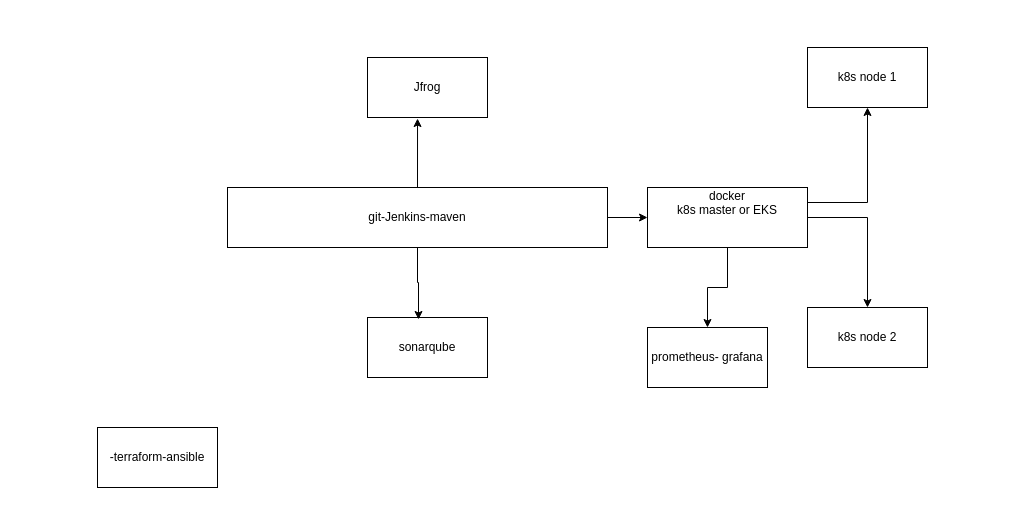
aayushsumangit/draw-io-diagrams keeps this draw.io diagram as Untitled Diagram.drawio. Above is the earlier version. Source tidied: cells renumbered, new cells numbered last; positions are measured from the earlier drawing's top-left corner, leaving out a move shared by most shapes. Both pictures are drawn from the tidied source at 100%, with x=0, y=0 at pixel (97, 47).
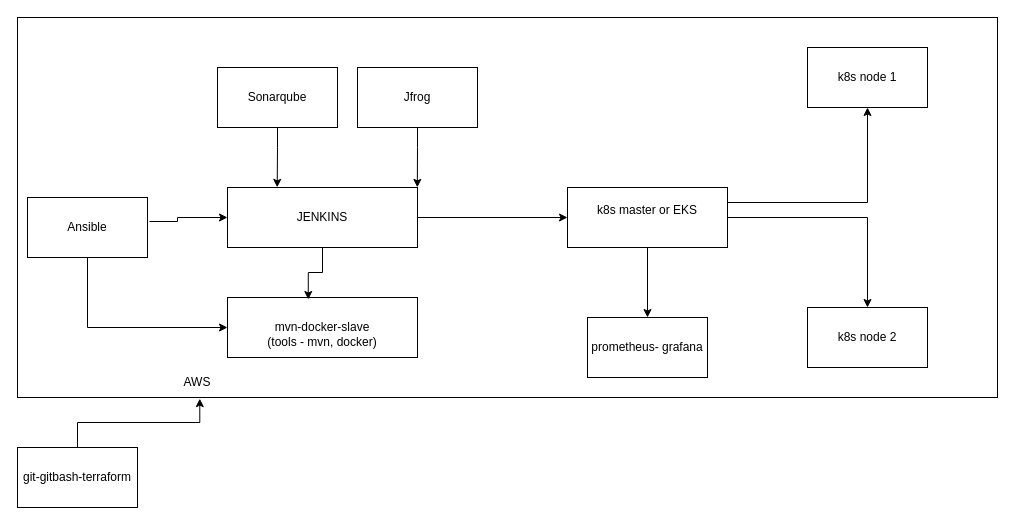
Above is the later version.

Diff of the diagram source:
```diff
@@
+    <mxCell id="16" style="rounded=0;whiteSpace=wrap;html=1;" parent="1" vertex="1">
+      <mxGeometry x="-80" y="-30" width="980" height="380" as="geometry" />
+    </mxCell>
@@
-    <mxCell id="7" value="&lt;div&gt;docker&lt;br&gt;&lt;/div&gt;&lt;div&gt;k8s master or EKS&lt;br&gt;&lt;/div&gt;&lt;div&gt;&lt;br&gt;&lt;/div&gt;&lt;div&gt;&lt;br&gt;&lt;/div&gt;" style="rounded=0;whiteSpace=wrap;html=1;" parent="1" vertex="1">
-      <mxGeometry x="550" y="140" width="160" height="60" as="geometry" />
+    <mxCell id="7" value="&lt;div&gt;&lt;br&gt;&lt;/div&gt;&lt;div&gt;k8s master or EKS&lt;br&gt;&lt;/div&gt;&lt;div&gt;&lt;br&gt;&lt;/div&gt;&lt;div&gt;&lt;br&gt;&lt;/div&gt;" style="rounded=0;whiteSpace=wrap;html=1;" parent="1" vertex="1">
+      <mxGeometry x="470" y="140" width="160" height="60" as="geometry" />
     </mxCell>
@@
-    <mxCell id="9" value="git-Jenkins-maven" style="rounded=0;whiteSpace=wrap;html=1;" parent="1" vertex="1">
-      <mxGeometry x="130" y="140" width="380" height="60" as="geometry" />
+    <mxCell id="9" value="JENKINS" style="rounded=0;whiteSpace=wrap;html=1;" parent="1" vertex="1">
+      <mxGeometry x="130" y="140" width="190" height="60" as="geometry" />
     </mxCell>
+    <mxCell id="17" style="edgeStyle=orthogonalEdgeStyle;rounded=0;jettySize=auto;html=1;entryX=0.186;entryY=1.003;entryDx=0;entryDy=0;entryPerimeter=0;" parent="1" edge="1" source="10" target="16">
+      <mxGeometry relative="1" as="geometry" />
+    </mxCell>
-    <mxCell id="10" value="-terraform-ansible" style="rounded=0;whiteSpace=wrap;html=1;" parent="1" vertex="1">
-      <mxGeometry y="380" width="120" height="60" as="geometry" />
+    <mxCell id="10" value="git-gitbash-terraform" style="rounded=0;whiteSpace=wrap;html=1;" parent="1" vertex="1">
+      <mxGeometry x="-80" y="400" width="120" height="60" as="geometry" />
     </mxCell>
-    <mxCell id="11" value="sonarqube" style="rounded=0;whiteSpace=wrap;html=1;" parent="1" vertex="1">
-      <mxGeometry x="270" y="270" width="120" height="60" as="geometry" />
+    <mxCell id="11" value="&lt;div&gt;&lt;br&gt;&lt;/div&gt;&lt;div&gt;mvn-docker-slave&lt;/div&gt;&lt;div&gt;(tools - mvn, docker)&lt;br&gt;&lt;/div&gt;" style="rounded=0;whiteSpace=wrap;html=1;" parent="1" vertex="1">
+      <mxGeometry x="130" y="250" width="190" height="60" as="geometry" />
     </mxCell>
-    <mxCell id="12" value="Jfrog" style="rounded=0;whiteSpace=wrap;html=1;" parent="1" vertex="1">
-      <mxGeometry x="270" y="10" width="120" height="60" as="geometry" />
-    </mxCell>
-    <mxCell id="13" style="edgeStyle=orthogonalEdgeStyle;rounded=0;jettySize=auto;html=1;exitX=0.5;exitY=0;exitDx=0;exitDy=0;entryX=0.417;entryY=1.017;entryDx=0;entryDy=0;entryPerimeter=0;" parent="1" edge="1" source="9" target="12">
-      <mxGeometry relative="1" as="geometry" />
-    </mxCell>
@@
     <mxCell id="15" value="prometheus- grafana" style="rounded=0;whiteSpace=wrap;html=1;" parent="1" vertex="1">
-      <mxGeometry x="550" y="280" width="120" height="60" as="geometry" />
+      <mxGeometry x="490" y="270" width="120" height="60" as="geometry" />
     </mxCell>
+    <mxCell id="18" style="edgeStyle=orthogonalEdgeStyle;rounded=0;jettySize=auto;html=1;exitX=1.017;exitY=0.4;exitDx=0;exitDy=0;entryX=0;entryY=0.5;entryDx=0;entryDy=0;exitPerimeter=0;" parent="1" edge="1" source="20" target="9">
+      <mxGeometry relative="1" as="geometry">
+        <Array as="points">
+          <mxPoint x="80" y="174" />
+          <mxPoint x="80" y="170" />
+        </Array>
+      </mxGeometry>
+    </mxCell>
+    <mxCell id="19" style="edgeStyle=orthogonalEdgeStyle;rounded=0;jettySize=auto;html=1;exitX=0.5;exitY=1;exitDx=0;exitDy=0;entryX=0;entryY=0.5;entryDx=0;entryDy=0;" parent="1" edge="1" source="20" target="11">
+      <mxGeometry relative="1" as="geometry" />
+    </mxCell>
+    <mxCell id="20" value="Ansible" style="rounded=0;whiteSpace=wrap;html=1;" parent="1" vertex="1">
+      <mxGeometry x="-70" y="150" width="120" height="60" as="geometry" />
+    </mxCell>
+    <mxCell id="21" value="AWS" style="text;html=1;align=center;verticalAlign=middle;whiteSpace=wrap;rounded=0;" parent="1" vertex="1">
+      <mxGeometry x="70" y="320" width="60" height="30" as="geometry" />
+    </mxCell>
+    <mxCell id="12" value="Jfrog" style="rounded=0;whiteSpace=wrap;html=1;" parent="1" vertex="1">
+      <mxGeometry x="260" y="20" width="120" height="60" as="geometry" />
+    </mxCell>
+    <mxCell id="22" value="Sonarqube" style="rounded=0;whiteSpace=wrap;html=1;" parent="1" vertex="1">
+      <mxGeometry x="120" y="20" width="120" height="60" as="geometry" />
+    </mxCell>
+    <mxCell id="23" style="edgeStyle=orthogonalEdgeStyle;rounded=0;jettySize=auto;html=1;entryX=0.265;entryY=0.447;entryDx=0;entryDy=0;entryPerimeter=0;" parent="1" edge="1" source="22" target="16">
+      <mxGeometry relative="1" as="geometry" />
+    </mxCell>
+    <mxCell id="24" style="edgeStyle=orthogonalEdgeStyle;rounded=0;jettySize=auto;html=1;entryX=0.408;entryY=0.447;entryDx=0;entryDy=0;entryPerimeter=0;" parent="1" edge="1" source="12" target="16">
+      <mxGeometry relative="1" as="geometry" />
+    </mxCell>
```
